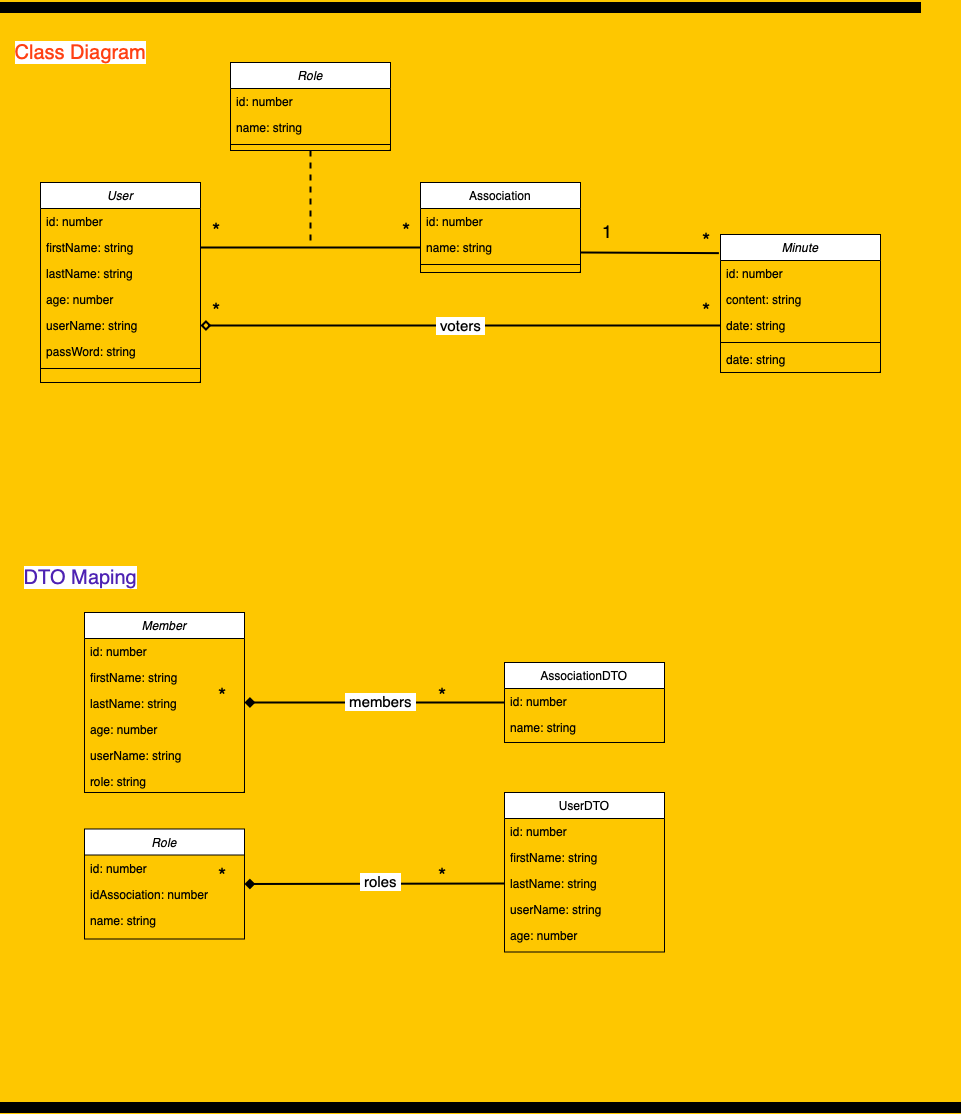
This is Classe Diagram.drawio.png from ZieAmara/fr-administration-api, a draw.io export, as it was before one commit. Source tidied: cells renumbered, new cells last; positions are measured from the earlier drawing's top-left corner, leaving out a move shared by most shapes.
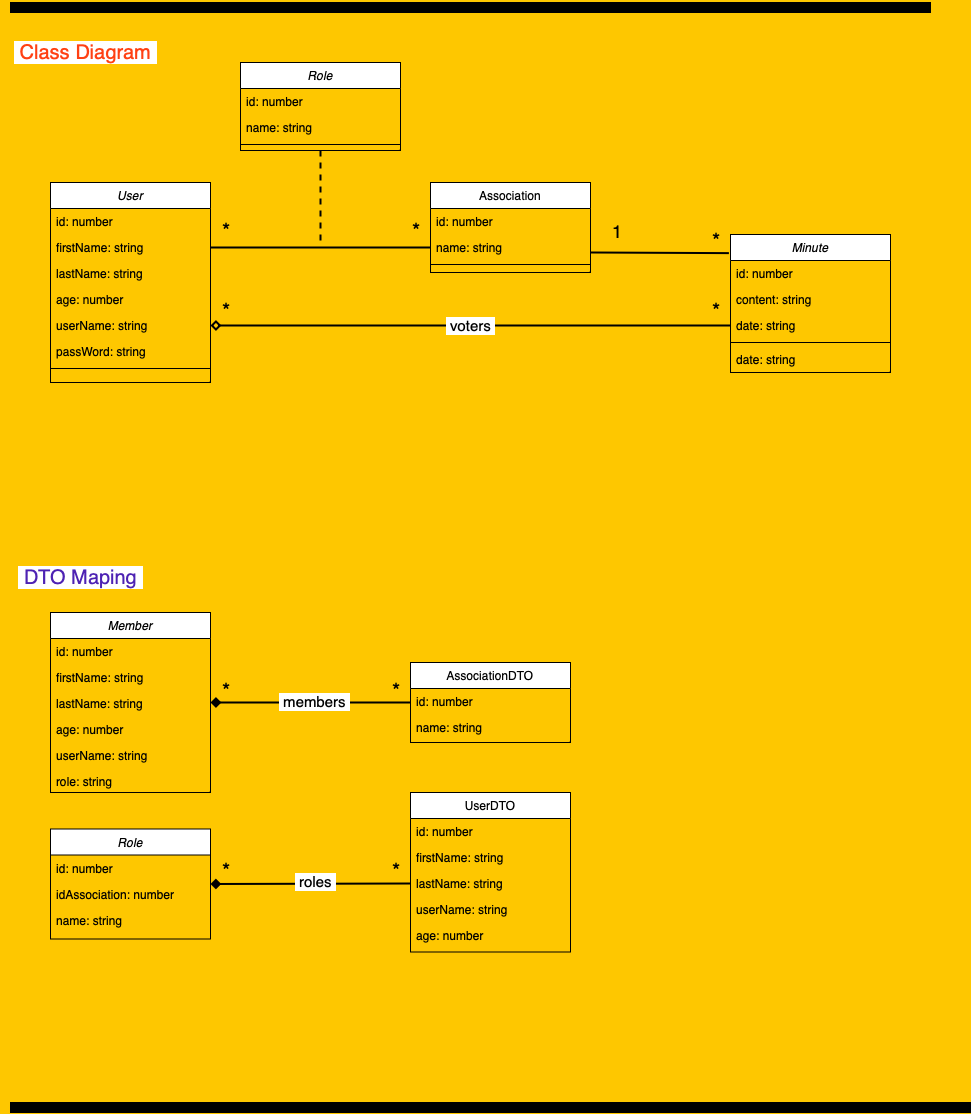
After the commit.

Diff of the diagram source:
```diff
@@ -75,22 +75,22 @@
     </mxCell>
     <mxCell id="21" value="*" style="align=left;verticalAlign=bottom;labelBackgroundColor=none;fontSize=21;" parent="14" vertex="1">
       <mxGeometry x="-1" relative="1" as="geometry">
-        <mxPoint x="16" y="460" as="offset" />
+        <mxPoint x="10" y="455" as="offset" />
       </mxGeometry>
     </mxCell>
     <mxCell id="22" value="*" style="align=left;verticalAlign=bottom;labelBackgroundColor=none;fontSize=21;" parent="14" vertex="1">
       <mxGeometry x="-1" relative="1" as="geometry">
-        <mxPoint x="236" y="460" as="offset" />
+        <mxPoint x="180" y="455" as="offset" />
       </mxGeometry>
     </mxCell>
     <mxCell id="23" value="*" style="align=left;verticalAlign=bottom;labelBackgroundColor=none;fontSize=21;" parent="14" vertex="1">
       <mxGeometry x="-1" relative="1" as="geometry">
-        <mxPoint x="16" y="640" as="offset" />
+        <mxPoint x="10" y="635" as="offset" />
       </mxGeometry>
     </mxCell>
     <mxCell id="24" value="*" style="align=left;verticalAlign=bottom;labelBackgroundColor=none;fontSize=21;" parent="14" vertex="1">
       <mxGeometry x="-1" relative="1" as="geometry">
-        <mxPoint x="236" y="640" as="offset" />
+        <mxPoint x="180" y="635" as="offset" />
       </mxGeometry>
     </mxCell>
     <mxCell id="25" style="rounded=0;jettySize=auto;html=1;dashed=1;endArrow=none;endFill=0;strokeWidth=2;" parent="1" edge="1" source="26">
@@ -137,14 +137,14 @@
     <mxCell id="38" value="&lt;font style=&quot;font-size: 15px;&quot;&gt;&amp;nbsp;voters&amp;nbsp;&lt;/font&gt;" style="edgeLabel;html=1;align=center;verticalAlign=middle;" parent="37" vertex="1">
       <mxGeometry relative="1" as="geometry" />
     </mxCell>
-    <mxCell id="39" value="&lt;span style=&quot;background-color: rgb(255, 255, 255);&quot;&gt;Class Diagram&lt;/span&gt;" style="text;html=1;align=center;verticalAlign=middle;strokeColor=none;fillColor=none;fontSize=20;fontColor=#ff4013;" parent="1" vertex="1">
-      <mxGeometry x="5" y="30" width="150" height="40" as="geometry" />
+    <mxCell id="39" value="&lt;span style=&quot;background-color: rgb(255, 255, 255);&quot;&gt;&amp;nbsp;Class Diagram&amp;nbsp;&lt;/span&gt;" style="text;html=1;align=center;verticalAlign=middle;strokeColor=none;fillColor=none;fontSize=20;fontColor=#ff4013;" parent="1" vertex="1">
+      <mxGeometry x="-10" y="30" width="170" height="40" as="geometry" />
     </mxCell>
-    <mxCell id="40" value="&lt;font style=&quot;background-color: rgb(255, 255, 255);&quot; color=&quot;#4d22b3&quot;&gt;DTO Maping&lt;/font&gt;" style="text;html=1;align=center;verticalAlign=middle;strokeColor=none;fillColor=none;fontSize=20;fontColor=#ff4013;" parent="1" vertex="1">
-      <mxGeometry x="10" y="555" width="140" height="40" as="geometry" />
+    <mxCell id="40" value="&lt;font style=&quot;background-color: rgb(255, 255, 255);&quot; color=&quot;#4d22b3&quot;&gt;&amp;nbsp;DTO Maping&amp;nbsp;&lt;/font&gt;" style="text;html=1;align=center;verticalAlign=middle;strokeColor=none;fillColor=none;fontSize=20;fontColor=#ff4013;" parent="1" vertex="1">
+      <mxGeometry x="-5" y="555" width="150" height="40" as="geometry" />
     </mxCell>
     <mxCell id="41" value="Member" style="swimlane;fontStyle=2;align=center;verticalAlign=top;horizontal=1;startSize=26;rounded=0;shadow=0;strokeWidth=1;" parent="1" vertex="1">
-      <mxGeometry x="84" y="610" width="160" height="180" as="geometry" />
+      <mxGeometry x="40" y="610" width="160" height="180" as="geometry" />
     </mxCell>
     <mxCell id="42" value="id: number" style="text;align=left;verticalAlign=top;spacingLeft=4;spacingRight=4;overflow=hidden;" parent="41" vertex="1">
       <mxGeometry y="26" width="160" height="26" as="geometry" />
@@ -165,7 +165,7 @@
       <mxGeometry y="156" width="160" height="20" as="geometry" />
     </mxCell>
     <mxCell id="48" value="AssociationDTO" style="swimlane;fontStyle=0;align=center;verticalAlign=top;horizontal=1;startSize=26;rounded=0;shadow=0;strokeWidth=1;" parent="1" vertex="1">
-      <mxGeometry x="504" y="660" width="160" height="80" as="geometry" />
+      <mxGeometry x="400" y="660" width="160" height="80" as="geometry" />
     </mxCell>
     <mxCell id="49" value="id: number" style="text;align=left;verticalAlign=top;spacingLeft=4;spacingRight=4;overflow=hidden;rounded=0;shadow=0;html=0;" parent="48" vertex="1">
       <mxGeometry y="26" width="160" height="26" as="geometry" />
@@ -186,7 +186,7 @@
       <mxGeometry width="920" height="10" as="geometry" />
     </mxCell>
     <mxCell id="55" value="Role" style="swimlane;fontStyle=2;align=center;verticalAlign=top;horizontal=1;startSize=26;rounded=0;shadow=0;strokeWidth=1;" parent="1" vertex="1">
-      <mxGeometry x="84" y="826.5" width="160" height="110" as="geometry" />
+      <mxGeometry x="40" y="826.5" width="160" height="110" as="geometry" />
     </mxCell>
     <mxCell id="56" value="id: number" style="text;align=left;verticalAlign=top;spacingLeft=4;spacingRight=4;overflow=hidden;" parent="55" vertex="1">
       <mxGeometry y="26" width="160" height="26" as="geometry" />
@@ -198,7 +198,7 @@
       <mxGeometry y="78" width="160" height="20" as="geometry" />
     </mxCell>
     <mxCell id="59" value="UserDTO" style="swimlane;fontStyle=0;align=center;verticalAlign=top;horizontal=1;startSize=26;rounded=0;shadow=0;strokeWidth=1;" parent="1" vertex="1">
-      <mxGeometry x="504" y="790" width="160" height="159.5" as="geometry" />
+      <mxGeometry x="400" y="790" width="160" height="159.5" as="geometry" />
     </mxCell>
     <mxCell id="60" value="id: number" style="text;align=left;verticalAlign=top;spacingLeft=4;spacingRight=4;overflow=hidden;rounded=0;shadow=0;html=0;" parent="59" vertex="1">
       <mxGeometry y="26" width="160" height="26" as="geometry" />
```
